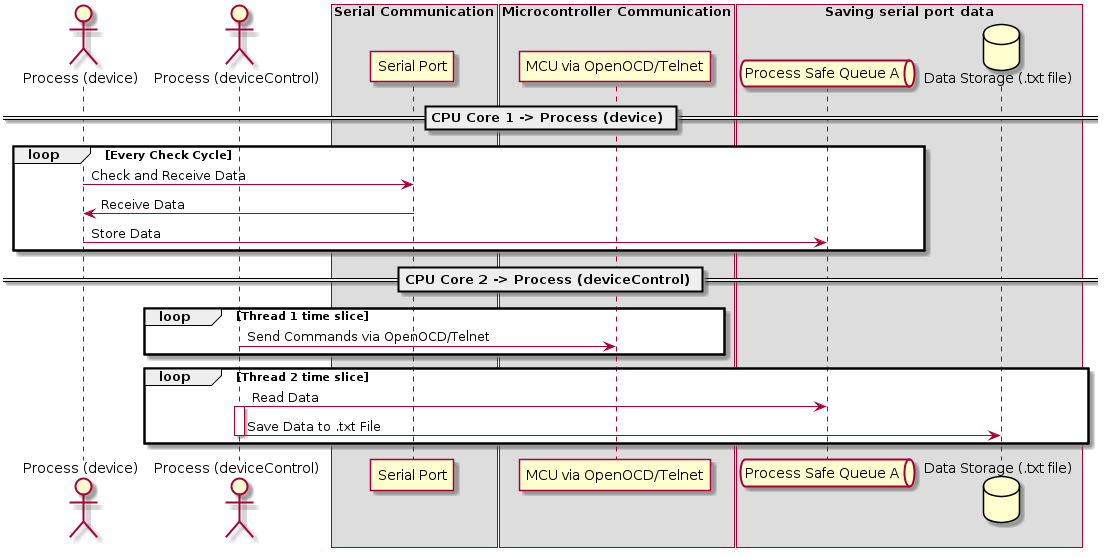
ASherjil/Final-year-dissertation keeps this PlantUML diagram as figures/original_process_design.png. Above is the earlier version.
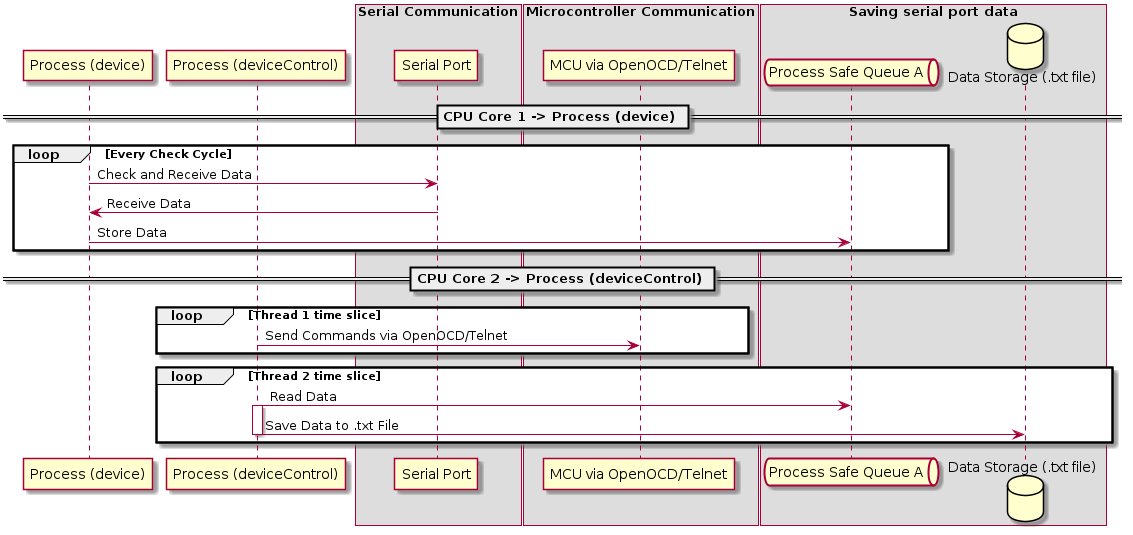
The same file after the commit.

Diff of the diagram source:
```diff
@@ -1,7 +1,9 @@
 @startuml
 
-actor "Process (device)" as A
-actor "Process (deviceControl)" as B
+
+participant "Process (device)" as A
+participant "Process (deviceControl)" as B
+
 
 box "Serial Communication"
 participant "Serial Port" as Serial
@@ -28,7 +30,6 @@
     B -> MCU : Send Commands via OpenOCD/Telnet
 end
 
-
 loop Thread 2 time slice
     B -> QueueA : Read Data
     activate B
```
